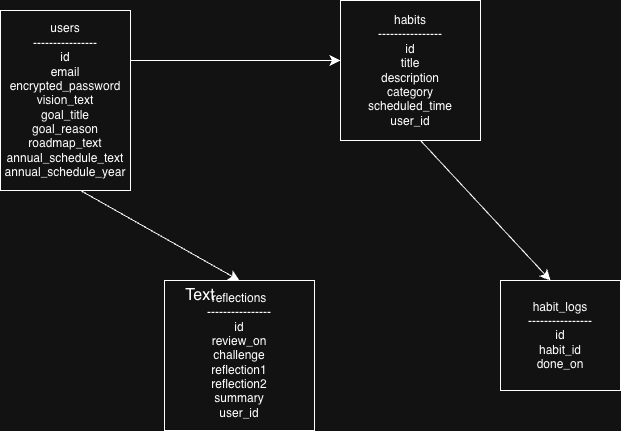
The draw.io diagram docs/er_diagram.png in tetsunikata-cmyk/do-daily, before a commit. Source tidied: cells renumbered, new cells last; positions are measured from the earlier drawing's top-left corner, leaving out a move shared by most shapes. Its diagram source:
```xml
<mxGraphModel>
  <root>
    <mxCell id="0" />
    <mxCell id="1" parent="0" />
    <mxCell id="2" value="&lt;div&gt;users&lt;/div&gt;&lt;div&gt;----------------&lt;/div&gt;&lt;div&gt;id&lt;/div&gt;&lt;div&gt;email&lt;/div&gt;&lt;div&gt;encrypted_password&lt;/div&gt;&lt;div&gt;vision_text&lt;/div&gt;&lt;div&gt;goal_title&lt;/div&gt;&lt;div&gt;goal_reason&lt;/div&gt;&lt;div&gt;roadmap_text&lt;/div&gt;&lt;div&gt;annual_schedule_text&lt;/div&gt;&lt;div&gt;annual_schedule_year&lt;/div&gt;" style="whiteSpace=wrap;html=1;align=center;" parent="1" vertex="1">
      <mxGeometry y="10" width="130" height="180" as="geometry" />
    </mxCell>
    <mxCell id="3" value="&lt;div&gt;habits&lt;/div&gt;&lt;div&gt;----------------&lt;/div&gt;&lt;div&gt;id&lt;/div&gt;&lt;div&gt;title&lt;/div&gt;&lt;div&gt;description&lt;/div&gt;&lt;div&gt;category&lt;/div&gt;&lt;div&gt;scheduled_time&lt;/div&gt;&lt;div&gt;user_id&lt;/div&gt;" style="whiteSpace=wrap;html=1;align=center;" parent="1" vertex="1">
      <mxGeometry x="340" width="140" height="140" as="geometry" />
    </mxCell>
    <mxCell id="4" value="&lt;div&gt;habit_logs&lt;/div&gt;&lt;div&gt;----------------&lt;/div&gt;&lt;div&gt;id&lt;/div&gt;&lt;div&gt;habit_id&lt;/div&gt;&lt;div&gt;done_on&lt;/div&gt;" style="whiteSpace=wrap;html=1;align=center;" parent="1" vertex="1">
      <mxGeometry x="500" y="280" width="120" height="110" as="geometry" />
    </mxCell>
    <mxCell id="5" value="&lt;div&gt;reflections&lt;/div&gt;&lt;div&gt;----------------&lt;/div&gt;&lt;div&gt;id&lt;/div&gt;&lt;div&gt;review_on&lt;/div&gt;&lt;div&gt;challenge&lt;/div&gt;&lt;div&gt;reflection1&lt;/div&gt;&lt;div&gt;reflection2&lt;/div&gt;&lt;div&gt;summary&lt;/div&gt;&lt;div&gt;user_id&lt;/div&gt;" style="whiteSpace=wrap;html=1;align=center;" parent="1" vertex="1">
      <mxGeometry x="164" y="280" width="150" height="150" as="geometry" />
    </mxCell>
    <mxCell id="6" style="edgeStyle=none;jettySize=auto;html=1;rounded=0;fontSize=12;startSize=8;endSize=8;curved=1;entryX=0;entryY=0.429;entryDx=0;entryDy=0;entryPerimeter=0;" parent="1" edge="1" target="3">
      <mxGeometry relative="1" as="geometry">
        <mxPoint x="130" y="60" as="sourcePoint" />
      </mxGeometry>
    </mxCell>
    <mxCell id="7" style="edgeStyle=none;jettySize=auto;html=1;rounded=0;fontSize=12;startSize=8;endSize=8;curved=1;entryX=0.417;entryY=0;entryDx=0;entryDy=0;entryPerimeter=0;" parent="1" edge="1" target="4">
      <mxGeometry relative="1" as="geometry">
        <mxPoint x="420" y="140" as="sourcePoint" />
      </mxGeometry>
    </mxCell>
    <mxCell id="8" style="edgeStyle=none;jettySize=auto;html=1;rounded=0;fontSize=12;startSize=8;endSize=8;curved=1;entryX=0.5;entryY=0;entryDx=0;entryDy=0;" parent="1" edge="1" target="5">
      <mxGeometry relative="1" as="geometry">
        <mxPoint x="80" y="190" as="sourcePoint" />
      </mxGeometry>
    </mxCell>
    <mxCell id="9" value="Text" style="text;strokeColor=none;fillColor=none;html=1;align=center;verticalAlign=middle;whiteSpace=wrap;rounded=0;fontSize=16;" parent="1" vertex="1">
      <mxGeometry x="170" y="280" width="60" height="30" as="geometry" />
    </mxCell>
  </root>
</mxGraphModel>
```
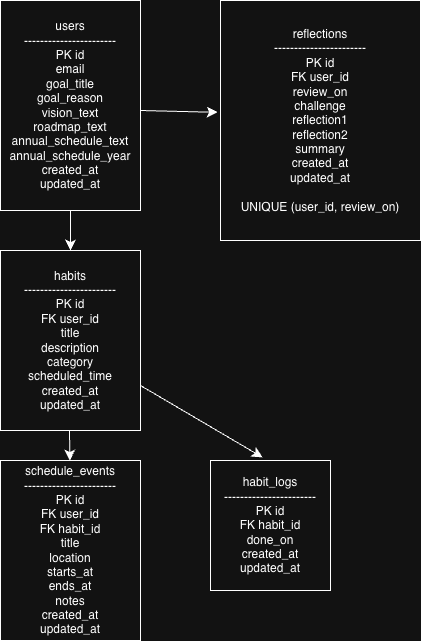
Later version of the same file.

The edit, as a diff of the source:
```diff
@@ -2,35 +2,48 @@
   <root>
     <mxCell id="0" />
     <mxCell id="1" parent="0" />
-    <mxCell id="2" value="&lt;div&gt;users&lt;/div&gt;&lt;div&gt;----------------&lt;/div&gt;&lt;div&gt;id&lt;/div&gt;&lt;div&gt;email&lt;/div&gt;&lt;div&gt;encrypted_password&lt;/div&gt;&lt;div&gt;vision_text&lt;/div&gt;&lt;div&gt;goal_title&lt;/div&gt;&lt;div&gt;goal_reason&lt;/div&gt;&lt;div&gt;roadmap_text&lt;/div&gt;&lt;div&gt;annual_schedule_text&lt;/div&gt;&lt;div&gt;annual_schedule_year&lt;/div&gt;" style="whiteSpace=wrap;html=1;align=center;" parent="1" vertex="1">
-      <mxGeometry y="10" width="130" height="180" as="geometry" />
+    <mxCell id="2" value="&lt;div&gt;users&lt;/div&gt;&lt;div&gt;-----------------------&lt;/div&gt;&lt;div&gt;PK id&lt;/div&gt;&lt;div&gt;email&lt;/div&gt;&lt;div&gt;goal_title&lt;/div&gt;&lt;div&gt;goal_reason&lt;/div&gt;&lt;div&gt;vision_text&lt;/div&gt;&lt;div&gt;roadmap_text&lt;/div&gt;&lt;div&gt;annual_schedule_text&lt;/div&gt;&lt;div&gt;annual_schedule_year&lt;/div&gt;&lt;div&gt;created_at&lt;/div&gt;&lt;div&gt;updated_at&lt;/div&gt;" style="whiteSpace=wrap;html=1;align=center;" parent="1" vertex="1">
+      <mxGeometry x="-10" y="-50" width="140" height="210" as="geometry" />
     </mxCell>
-    <mxCell id="3" value="&lt;div&gt;habits&lt;/div&gt;&lt;div&gt;----------------&lt;/div&gt;&lt;div&gt;id&lt;/div&gt;&lt;div&gt;title&lt;/div&gt;&lt;div&gt;description&lt;/div&gt;&lt;div&gt;category&lt;/div&gt;&lt;div&gt;scheduled_time&lt;/div&gt;&lt;div&gt;user_id&lt;/div&gt;" style="whiteSpace=wrap;html=1;align=center;" parent="1" vertex="1">
-      <mxGeometry x="340" width="140" height="140" as="geometry" />
+    <mxCell id="3" value="&lt;div&gt;habits&lt;/div&gt;&lt;div&gt;-----------------------&lt;/div&gt;&lt;div&gt;PK id&lt;/div&gt;&lt;div&gt;FK user_id&lt;/div&gt;&lt;div&gt;title&lt;/div&gt;&lt;div&gt;description&lt;/div&gt;&lt;div&gt;category&lt;/div&gt;&lt;div&gt;scheduled_time&lt;/div&gt;&lt;div&gt;created_at&lt;/div&gt;&lt;div&gt;updated_at&lt;/div&gt;" style="whiteSpace=wrap;html=1;align=center;" parent="1" vertex="1">
+      <mxGeometry x="-10" y="200" width="140" height="180" as="geometry" />
     </mxCell>
-    <mxCell id="4" value="&lt;div&gt;habit_logs&lt;/div&gt;&lt;div&gt;----------------&lt;/div&gt;&lt;div&gt;id&lt;/div&gt;&lt;div&gt;habit_id&lt;/div&gt;&lt;div&gt;done_on&lt;/div&gt;" style="whiteSpace=wrap;html=1;align=center;" parent="1" vertex="1">
-      <mxGeometry x="500" y="280" width="120" height="110" as="geometry" />
+    <mxCell id="4" value="&lt;div&gt;habit_logs&lt;/div&gt;&lt;div&gt;-----------------------&lt;/div&gt;&lt;div&gt;PK id&lt;/div&gt;&lt;div&gt;FK habit_id&lt;/div&gt;&lt;div&gt;done_on&lt;/div&gt;&lt;div&gt;created_at&lt;/div&gt;&lt;div&gt;updated_at&lt;/div&gt;" style="whiteSpace=wrap;html=1;align=center;" parent="1" vertex="1">
+      <mxGeometry x="200" y="410" width="120" height="130" as="geometry" />
     </mxCell>
-    <mxCell id="5" value="&lt;div&gt;reflections&lt;/div&gt;&lt;div&gt;----------------&lt;/div&gt;&lt;div&gt;id&lt;/div&gt;&lt;div&gt;review_on&lt;/div&gt;&lt;div&gt;challenge&lt;/div&gt;&lt;div&gt;reflection1&lt;/div&gt;&lt;div&gt;reflection2&lt;/div&gt;&lt;div&gt;summary&lt;/div&gt;&lt;div&gt;user_id&lt;/div&gt;" style="whiteSpace=wrap;html=1;align=center;" parent="1" vertex="1">
-      <mxGeometry x="164" y="280" width="150" height="150" as="geometry" />
+    <mxCell id="5" value="&lt;div&gt;reflections&lt;/div&gt;&lt;div&gt;-----------------------&lt;/div&gt;&lt;div&gt;PK id&lt;/div&gt;&lt;div&gt;FK user_id&lt;/div&gt;&lt;div&gt;review_on&lt;/div&gt;&lt;div&gt;challenge&lt;/div&gt;&lt;div&gt;reflection1&lt;/div&gt;&lt;div&gt;reflection2&lt;/div&gt;&lt;div&gt;summary&lt;/div&gt;&lt;div&gt;created_at&lt;/div&gt;&lt;div&gt;updated_at&lt;/div&gt;&lt;div&gt;&lt;br&gt;&lt;/div&gt;&lt;div&gt;UNIQUE (user_id, review_on)&lt;/div&gt;" style="whiteSpace=wrap;html=1;align=center;" parent="1" vertex="1">
+      <mxGeometry x="210" y="-50" width="200" height="240" as="geometry" />
     </mxCell>
-    <mxCell id="6" style="edgeStyle=none;jettySize=auto;html=1;rounded=0;fontSize=12;startSize=8;endSize=8;curved=1;entryX=0;entryY=0.429;entryDx=0;entryDy=0;entryPerimeter=0;" parent="1" edge="1" target="3">
-      <mxGeometry relative="1" as="geometry">
-        <mxPoint x="130" y="60" as="sourcePoint" />
-      </mxGeometry>
-    </mxCell>
-    <mxCell id="7" style="edgeStyle=none;jettySize=auto;html=1;rounded=0;fontSize=12;startSize=8;endSize=8;curved=1;entryX=0.417;entryY=0;entryDx=0;entryDy=0;entryPerimeter=0;" parent="1" edge="1" target="4">
+    <mxCell id="7" style="edgeStyle=none;jettySize=auto;html=1;rounded=0;fontSize=12;startSize=8;endSize=8;curved=1;entryX=0.417;entryY=0;entryDx=0;entryDy=0;entryPerimeter=0;exitX=0.5;exitY=1;exitDx=0;exitDy=0;" parent="1" edge="1" source="2">
       <mxGeometry relative="1" as="geometry">
-        <mxPoint x="420" y="140" as="sourcePoint" />
+        <mxPoint x="60" y="200" as="targetPoint" />
+        <Array as="points">
+          <mxPoint x="60" y="170" />
+        </Array>
       </mxGeometry>
     </mxCell>
-    <mxCell id="8" style="edgeStyle=none;jettySize=auto;html=1;rounded=0;fontSize=12;startSize=8;endSize=8;curved=1;entryX=0.5;entryY=0;entryDx=0;entryDy=0;" parent="1" edge="1" target="5">
-      <mxGeometry relative="1" as="geometry">
-        <mxPoint x="80" y="190" as="sourcePoint" />
-      </mxGeometry>
-    </mxCell>
-    <mxCell id="9" value="Text" style="text;strokeColor=none;fillColor=none;html=1;align=center;verticalAlign=middle;whiteSpace=wrap;rounded=0;fontSize=16;" parent="1" vertex="1">
-      <mxGeometry x="170" y="280" width="60" height="30" as="geometry" />
-    </mxCell>
+    <mxCell id="10" value="&lt;div&gt;schedule_events&lt;/div&gt;&lt;div&gt;-----------------------&lt;/div&gt;&lt;div&gt;PK id&lt;/div&gt;&lt;div&gt;FK user_id&lt;/div&gt;&lt;div&gt;FK habit_id&lt;/div&gt;&lt;div&gt;title&lt;/div&gt;&lt;div&gt;location&lt;/div&gt;&lt;div&gt;starts_at&lt;/div&gt;&lt;div&gt;ends_at&lt;/div&gt;&lt;div&gt;notes&lt;/div&gt;&lt;div&gt;created_at&lt;/div&gt;&lt;div&gt;updated_at&lt;/div&gt;" style="whiteSpace=wrap;html=1;align=center;" parent="1" vertex="1">
+      <mxGeometry x="-10" y="410" width="140" height="180" as="geometry" />
+    </mxCell>
+    <mxCell id="11" style="edgeStyle=none;orthogonalLoop=1;jettySize=auto;html=1;rounded=0;fontSize=12;startSize=8;endSize=8;curved=1;entryX=0.417;entryY=0;entryDx=0;entryDy=0;entryPerimeter=0;" parent="1" edge="1">
+      <mxGeometry relative="1" as="geometry">
+        <mxPoint x="59" y="380" as="sourcePoint" />
+        <mxPoint x="59.4" y="410" as="targetPoint" />
+        <Array as="points">
+          <mxPoint x="59.4" y="380" />
+        </Array>
+      </mxGeometry>
+    </mxCell>
+    <mxCell id="12" style="edgeStyle=none;jettySize=auto;html=1;rounded=0;fontSize=12;startSize=8;endSize=8;curved=1;entryX=0.434;entryY=-0.024;entryDx=0;entryDy=0;entryPerimeter=0;exitX=1;exitY=0.75;exitDx=0;exitDy=0;" parent="1" edge="1" source="3" target="4">
+      <mxGeometry relative="1" as="geometry" />
+    </mxCell>
+    <mxCell id="13" style="edgeStyle=none;jettySize=auto;html=1;rounded=0;fontSize=12;startSize=8;endSize=8;curved=1;entryX=-0.014;entryY=0.466;entryDx=0;entryDy=0;entryPerimeter=0;" parent="1" edge="1" target="5">
+      <mxGeometry relative="1" as="geometry">
+        <mxPoint x="130" y="60" as="sourcePoint" />
+        <Array as="points">
+          <mxPoint x="130.4" y="60" />
+        </Array>
+      </mxGeometry>
+    </mxCell>
   </root>
 </mxGraphModel>
```
